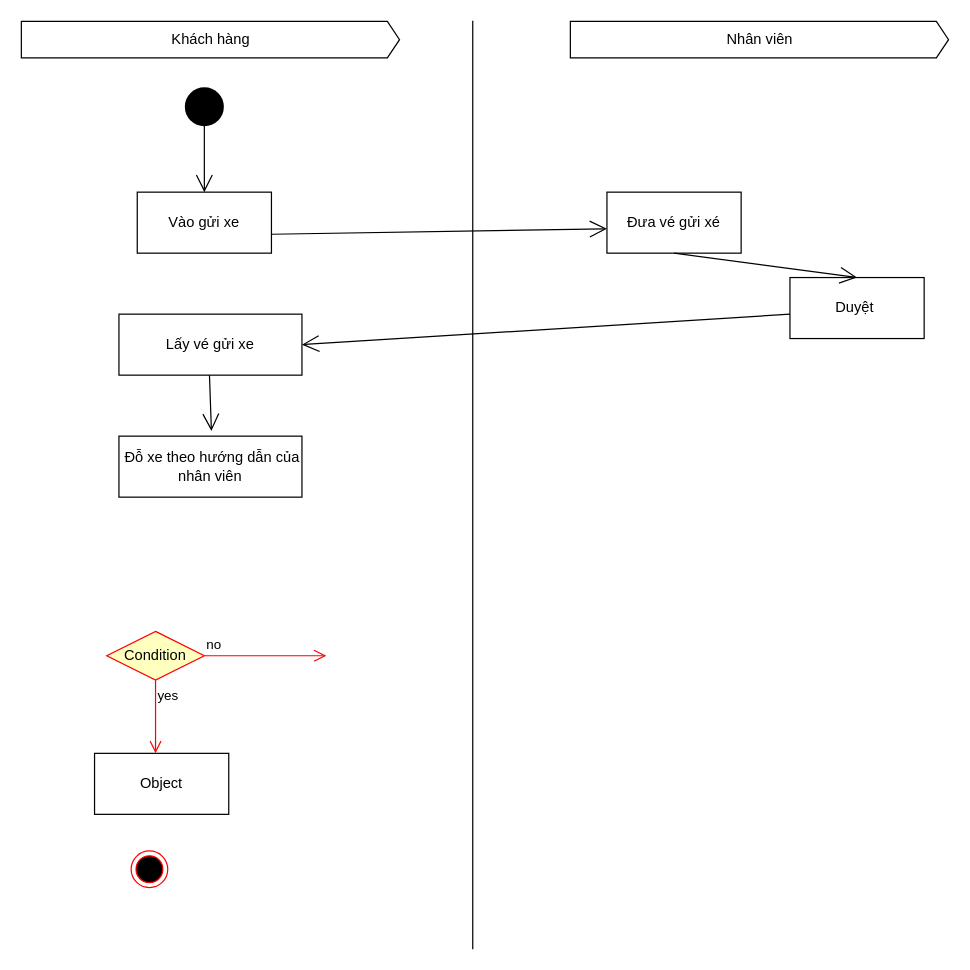
Above: Biểu đồ không có tiêu đề.drawio in letham1612/test.ithub (draw.io), before the change. Source tidied: cells renumbered, new cells numbered last; positions are measured from the earlier drawing's top-left corner, leaving out a move shared by most shapes. Both pictures are drawn from the tidied source at 122%, with x=0, y=0 at pixel (21, 21).
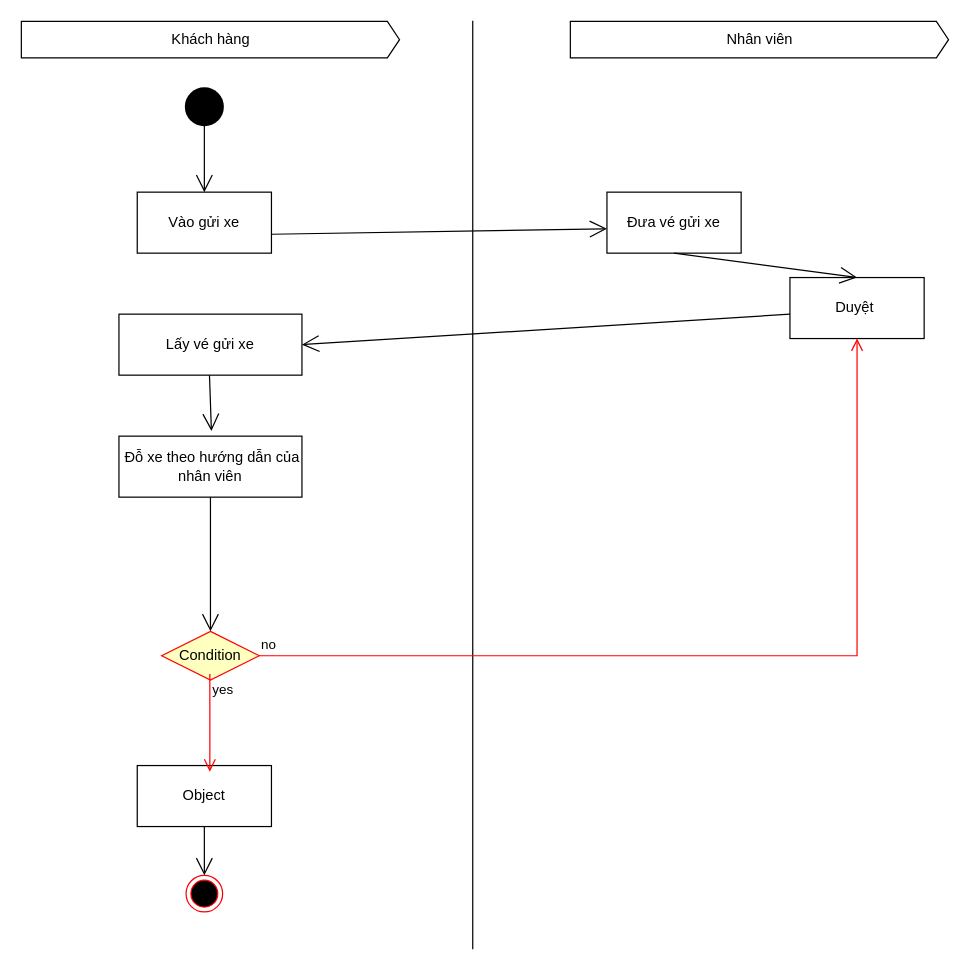
Above is the later version.

Unchanged cells that the change refers to:
```xml
<mxCell id="15" value="Duyệt&amp;nbsp;" style="html=1;whiteSpace=wrap;" parent="1" vertex="1">
  <mxGeometry x="630" y="210" width="110" height="50" as="geometry" />
</mxCell>
<mxCell id="19" value="&amp;nbsp;Đỗ xe theo hướng dẫn của nhân viên" style="html=1;whiteSpace=wrap;" parent="1" vertex="1">
  <mxGeometry x="80" y="340" width="150" height="50" as="geometry" />
</mxCell>
```

Diff of the diagram source:
```diff
@@
     <mxCell id="2" style="ellipse;html=1;shape=endState;fillColor=#000000;strokeColor=#ff0000;" parent="1" vertex="1">
-      <mxGeometry x="90" y="680" width="30" height="30" as="geometry" />
+      <mxGeometry x="135" y="700" width="30" height="30" as="geometry" />
     </mxCell>
     <mxCell id="3" value="Object" style="html=1;whiteSpace=wrap;" parent="1" vertex="1">
-      <mxGeometry x="60" y="600" width="110" height="50" as="geometry" />
+      <mxGeometry x="95" y="610" width="110" height="50" as="geometry" />
     </mxCell>
@@
     <mxCell id="6" value="Condition" style="rhombus;whiteSpace=wrap;html=1;fontColor=#000000;fillColor=#ffffc0;strokeColor=#ff0000;" parent="1" vertex="1">
-      <mxGeometry x="70" y="500" width="80" height="40" as="geometry" />
+      <mxGeometry x="115" y="500" width="80" height="40" as="geometry" />
     </mxCell>
-    <mxCell id="7" value="no" style="edgeStyle=orthogonalEdgeStyle;html=1;align=left;verticalAlign=bottom;endArrow=open;endSize=8;strokeColor=#ff0000;rounded=0;" parent="1" edge="1" source="6">
-      <mxGeometry x="-1" relative="1" as="geometry">
-        <mxPoint x="250" y="520" as="targetPoint" />
-      </mxGeometry>
+    <mxCell id="7" value="no" style="edgeStyle=orthogonalEdgeStyle;html=1;align=left;verticalAlign=bottom;endArrow=open;endSize=8;strokeColor=#ff0000;rounded=0;" parent="1" edge="1" source="6" target="15">
+      <mxGeometry x="-1" relative="1" as="geometry" />
     </mxCell>
-    <mxCell id="8" value="yes" style="edgeStyle=orthogonalEdgeStyle;html=1;align=left;verticalAlign=top;endArrow=open;endSize=8;strokeColor=#ff0000;rounded=0;" parent="1" edge="1" source="6">
+    <mxCell id="8" value="yes" style="edgeStyle=orthogonalEdgeStyle;html=1;align=left;verticalAlign=top;endArrow=open;endSize=8;strokeColor=#ff0000;rounded=0;" parent="1" edge="1">
       <mxGeometry x="-1" relative="1" as="geometry">
-        <mxPoint x="110" y="600" as="targetPoint" />
+        <mxPoint x="154.5" y="535" as="sourcePoint" />
+        <mxPoint x="154.5" y="615" as="targetPoint" />
+        <Array as="points">
+          <mxPoint x="154.5" y="535" />
+        </Array>
       </mxGeometry>
     </mxCell>
@@
-    <mxCell id="13" value="Đưa vé gửi xé" style="html=1;whiteSpace=wrap;" parent="1" vertex="1">
+    <mxCell id="13" value="Đưa vé gửi xe" style="html=1;whiteSpace=wrap;" parent="1" vertex="1">
       <mxGeometry x="480" y="140" width="110" height="50" as="geometry" />
     </mxCell>
@@
+    <mxCell id="21" style="endArrow=open;endFill=1;endSize=12;html=1;rounded=0;exitX=0.5;exitY=1;exitDx=0;exitDy=0;entryX=0.5;entryY=0;entryDx=0;entryDy=0;" parent="1" edge="1" source="19" target="6">
+      <mxGeometry relative="1" as="geometry" />
+    </mxCell>
+    <mxCell id="22" style="endArrow=open;endFill=1;endSize=12;html=1;rounded=0;entryX=0.5;entryY=0;entryDx=0;entryDy=0;exitX=0.5;exitY=1;exitDx=0;exitDy=0;" parent="1" edge="1" source="3" target="2">
+      <mxGeometry relative="1" as="geometry" />
+    </mxCell>
```
